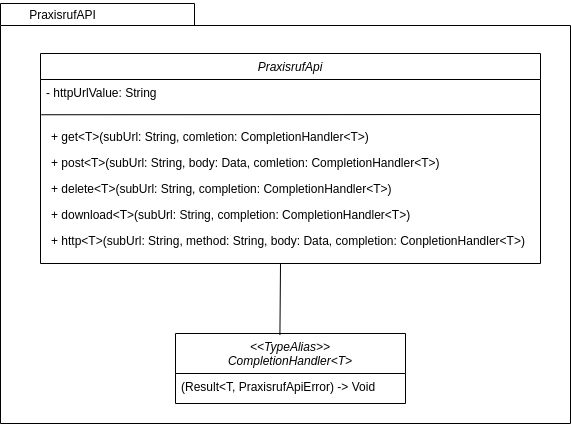
This is src/graphics/diagramms/Class_PraxisrufAPI_V01.png from jsvilling/IP6_Bachelorarbeit_Bericht_Cloudbasiertes_Praxisrufsystem, a draw.io export, as it was before one commit. Source tidied: cells renumbered, new cells last; positions are measured from the earlier drawing's top-left corner, leaving out a move shared by most shapes. Its diagram source:
```xml
<mxGraphModel>
  <root>
    <mxCell id="0" />
    <mxCell id="1" parent="0" />
    <mxCell id="2" style="shape=folder;fontStyle=1;spacingTop=10;tabWidth=194;tabHeight=22;tabPosition=left;html=1;rounded=0;shadow=0;comic=0;labelBackgroundColor=none;strokeWidth=1;fillColor=none;fontFamily=Verdana;fontSize=10;align=center;" parent="1" vertex="1">
      <mxGeometry y="3" width="570" height="420" as="geometry" />
    </mxCell>
    <mxCell id="3" value="PraxisrufApi" style="swimlane;fontStyle=2;align=center;verticalAlign=top;horizontal=1;startSize=26;rounded=0;shadow=0;strokeWidth=1;" parent="1" vertex="1">
      <mxGeometry x="40" y="53" width="500" height="210" as="geometry" />
    </mxCell>
    <mxCell id="4" value="- httpUrlValue: String" style="text;align=left;verticalAlign=top;spacingLeft=4;spacingRight=4;overflow=hidden;" parent="3" vertex="1">
      <mxGeometry y="26" width="500" height="26" as="geometry" />
    </mxCell>
    <mxCell id="5" style="endArrow=none;html=1;rounded=0;entryX=0;entryY=1.067;entryDx=0;entryDy=0;entryPerimeter=0;" parent="3" edge="1">
      <mxGeometry relative="1" as="geometry">
        <mxPoint x="500" y="61" as="sourcePoint" />
        <mxPoint x="0.9" y="61.3" as="targetPoint" />
      </mxGeometry>
    </mxCell>
    <mxCell id="6" value="PraxisrufAPI" style="text;html=1;strokeColor=none;fillColor=none;align=center;verticalAlign=middle;whiteSpace=wrap;rounded=0;" parent="1" vertex="1">
      <mxGeometry x="15" width="95" height="30" as="geometry" />
    </mxCell>
    <mxCell id="7" value="+ get&lt;T&gt;(subUrl: String, comletion: CompletionHandler&lt;T&gt;)" style="text;align=left;verticalAlign=top;spacingLeft=4;spacingRight=4;overflow=hidden;rounded=0;shadow=0;html=0;" parent="1" vertex="1">
      <mxGeometry x="45" y="123" width="365" height="26" as="geometry" />
    </mxCell>
    <mxCell id="8" value="+ post&lt;T&gt;(subUrl: String, body: Data, comletion: CompletionHandler&lt;T&gt;)" style="text;align=left;verticalAlign=top;spacingLeft=4;spacingRight=4;overflow=hidden;points=[[0,0.5],[1,0.5]];portConstraint=eastwest;rounded=0;shadow=0;html=0;" parent="1" vertex="1">
      <mxGeometry x="45" y="149" width="415" height="26" as="geometry" />
    </mxCell>
    <mxCell id="9" value="+ delete&lt;T&gt;(subUrl: String, completion: CompletionHandler&lt;T&gt;)" style="text;align=left;verticalAlign=top;spacingLeft=4;spacingRight=4;overflow=hidden;rounded=0;shadow=0;html=0;" parent="1" vertex="1">
      <mxGeometry x="45" y="175" width="410" height="26" as="geometry" />
    </mxCell>
    <mxCell id="10" value="+ download&lt;T&gt;(subUrl: String, completion: CompletionHandler&lt;T&gt;)" style="text;align=left;verticalAlign=top;spacingLeft=4;spacingRight=4;overflow=hidden;rounded=0;shadow=0;html=0;" parent="1" vertex="1">
      <mxGeometry x="45" y="201" width="435" height="26" as="geometry" />
    </mxCell>
    <mxCell id="11" value="+ http&lt;T&gt;(subUrl: String, method: String, body: Data, completion: ConpletionHandler&lt;T&gt;)" style="text;align=left;verticalAlign=top;spacingLeft=4;spacingRight=4;overflow=hidden;points=[[0,0.5],[1,0.5]];portConstraint=eastwest;rounded=0;shadow=0;html=0;" parent="1" vertex="1">
      <mxGeometry x="45" y="227" width="485" height="26" as="geometry" />
    </mxCell>
    <mxCell id="12" value="&lt;&lt;TypeAlias&gt;&gt; &#10;CompletionHandler&lt;T&gt;" style="swimlane;fontStyle=2;align=center;verticalAlign=top;horizontal=1;startSize=40;rounded=0;shadow=0;strokeWidth=1;" parent="1" vertex="1">
      <mxGeometry x="175" y="333" width="230" height="70" as="geometry" />
    </mxCell>
    <mxCell id="13" value="(Result&lt;T, PraxisrufApiError) -&gt; Void" style="text;align=left;verticalAlign=top;spacingLeft=4;spacingRight=4;overflow=hidden;" parent="12" vertex="1">
      <mxGeometry y="40" width="230" height="26" as="geometry" />
    </mxCell>
    <mxCell id="14" style="endArrow=none;html=1;rounded=0;exitX=0.454;exitY=0.022;exitDx=0;exitDy=0;exitPerimeter=0;" parent="1" edge="1" source="12">
      <mxGeometry relative="1" as="geometry">
        <mxPoint x="280" y="263" as="targetPoint" />
      </mxGeometry>
    </mxCell>
  </root>
</mxGraphModel>
```
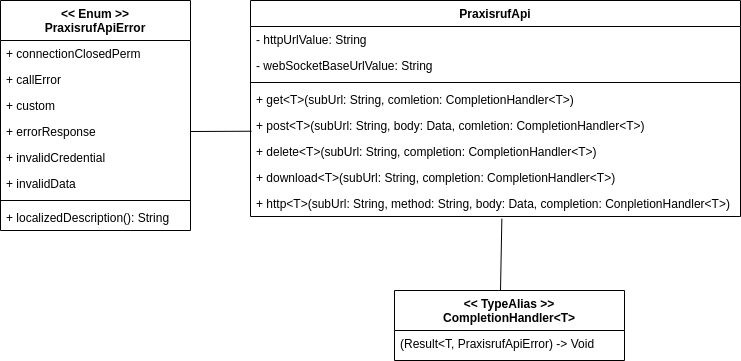
The same file after the commit.

Commit message:
Fix PraxisrufApi Class

Diff of the diagram source:
```diff
@@ -2,49 +2,73 @@
   <root>
     <mxCell id="0" />
     <mxCell id="1" parent="0" />
-    <mxCell id="2" style="shape=folder;fontStyle=1;spacingTop=10;tabWidth=194;tabHeight=22;tabPosition=left;html=1;rounded=0;shadow=0;comic=0;labelBackgroundColor=none;strokeWidth=1;fillColor=none;fontFamily=Verdana;fontSize=10;align=center;" parent="1" vertex="1">
-      <mxGeometry y="3" width="570" height="420" as="geometry" />
-    </mxCell>
+    <mxCell id="12" value="&lt;&lt; TypeAlias &gt;&gt; &#10;CompletionHandler&lt;T&gt;" style="swimlane;fontStyle=1;align=center;verticalAlign=top;horizontal=1;startSize=40;rounded=0;shadow=0;strokeWidth=1;" parent="1" vertex="1">
+      <mxGeometry x="234" y="333" width="230" height="70" as="geometry" />
+    </mxCell>
+    <mxCell id="13" value="(Result&lt;T, PraxisrufApiError) -&gt; Void" style="text;align=left;verticalAlign=top;spacingLeft=4;spacingRight=4;overflow=hidden;" parent="12" vertex="1">
+      <mxGeometry y="40" width="230" height="26" as="geometry" />
+    </mxCell>
-    <mxCell id="3" value="PraxisrufApi" style="swimlane;fontStyle=2;align=center;verticalAlign=top;horizontal=1;startSize=26;rounded=0;shadow=0;strokeWidth=1;" parent="1" vertex="1">
-      <mxGeometry x="40" y="53" width="500" height="210" as="geometry" />
+    <mxCell id="3" value="PraxisrufApi" style="swimlane;fontStyle=1;align=center;verticalAlign=top;horizontal=1;startSize=26;" parent="1" vertex="1">
+      <mxGeometry x="90" y="43" width="490" height="216" as="geometry" />
     </mxCell>
-    <mxCell id="4" value="- httpUrlValue: String" style="text;align=left;verticalAlign=top;spacingLeft=4;spacingRight=4;overflow=hidden;" parent="3" vertex="1">
-      <mxGeometry y="26" width="500" height="26" as="geometry" />
+    <mxCell id="4" value="- httpUrlValue: String" style="text;strokeColor=none;fillColor=none;align=left;verticalAlign=top;spacingLeft=4;spacingRight=4;overflow=hidden;" parent="3" vertex="1">
+      <mxGeometry y="26" width="490" height="26" as="geometry" />
     </mxCell>
-    <mxCell id="5" style="endArrow=none;html=1;rounded=0;entryX=0;entryY=1.067;entryDx=0;entryDy=0;entryPerimeter=0;" parent="3" edge="1">
-      <mxGeometry relative="1" as="geometry">
-        <mxPoint x="500" y="61" as="sourcePoint" />
-        <mxPoint x="0.9" y="61.3" as="targetPoint" />
-      </mxGeometry>
-    </mxCell>
-    <mxCell id="6" value="PraxisrufAPI" style="text;html=1;strokeColor=none;fillColor=none;align=center;verticalAlign=middle;whiteSpace=wrap;rounded=0;" parent="1" vertex="1">
-      <mxGeometry x="15" width="95" height="30" as="geometry" />
-    </mxCell>
+    <mxCell id="15" value="- webSocketBaseUrlValue: String" style="text;strokeColor=none;fillColor=none;align=left;verticalAlign=top;spacingLeft=4;spacingRight=4;overflow=hidden;" parent="3" vertex="1">
+      <mxGeometry y="52" width="490" height="26" as="geometry" />
+    </mxCell>
+    <mxCell id="16" style="line;strokeWidth=1;fillColor=none;align=left;verticalAlign=middle;spacingTop=-1;spacingLeft=3;spacingRight=3;labelPosition=right;" parent="3" vertex="1">
+      <mxGeometry y="78" width="490" height="8" as="geometry" />
+    </mxCell>
-    <mxCell id="7" value="+ get&lt;T&gt;(subUrl: String, comletion: CompletionHandler&lt;T&gt;)" style="text;align=left;verticalAlign=top;spacingLeft=4;spacingRight=4;overflow=hidden;rounded=0;shadow=0;html=0;" parent="1" vertex="1">
-      <mxGeometry x="45" y="123" width="365" height="26" as="geometry" />
+    <mxCell id="7" value="+ get&lt;T&gt;(subUrl: String, comletion: CompletionHandler&lt;T&gt;)" style="text;strokeColor=none;fillColor=none;align=left;verticalAlign=top;spacingLeft=4;spacingRight=4;overflow=hidden;" parent="3" vertex="1">
+      <mxGeometry y="86" width="490" height="26" as="geometry" />
     </mxCell>
-    <mxCell id="8" value="+ post&lt;T&gt;(subUrl: String, body: Data, comletion: CompletionHandler&lt;T&gt;)" style="text;align=left;verticalAlign=top;spacingLeft=4;spacingRight=4;overflow=hidden;points=[[0,0.5],[1,0.5]];portConstraint=eastwest;rounded=0;shadow=0;html=0;" parent="1" vertex="1">
-      <mxGeometry x="45" y="149" width="415" height="26" as="geometry" />
+    <mxCell id="8" value="+ post&lt;T&gt;(subUrl: String, body: Data, comletion: CompletionHandler&lt;T&gt;)" style="text;strokeColor=none;fillColor=none;align=left;verticalAlign=top;spacingLeft=4;spacingRight=4;overflow=hidden;points=[[0,0.5],[1,0.5]];portConstraint=eastwest;" parent="3" vertex="1">
+      <mxGeometry y="112" width="490" height="26" as="geometry" />
     </mxCell>
-    <mxCell id="9" value="+ delete&lt;T&gt;(subUrl: String, completion: CompletionHandler&lt;T&gt;)" style="text;align=left;verticalAlign=top;spacingLeft=4;spacingRight=4;overflow=hidden;rounded=0;shadow=0;html=0;" parent="1" vertex="1">
-      <mxGeometry x="45" y="175" width="410" height="26" as="geometry" />
+    <mxCell id="9" value="+ delete&lt;T&gt;(subUrl: String, completion: CompletionHandler&lt;T&gt;)" style="text;strokeColor=none;fillColor=none;align=left;verticalAlign=top;spacingLeft=4;spacingRight=4;overflow=hidden;" parent="3" vertex="1">
+      <mxGeometry y="138" width="490" height="26" as="geometry" />
     </mxCell>
-    <mxCell id="10" value="+ download&lt;T&gt;(subUrl: String, completion: CompletionHandler&lt;T&gt;)" style="text;align=left;verticalAlign=top;spacingLeft=4;spacingRight=4;overflow=hidden;rounded=0;shadow=0;html=0;" parent="1" vertex="1">
-      <mxGeometry x="45" y="201" width="435" height="26" as="geometry" />
+    <mxCell id="10" value="+ download&lt;T&gt;(subUrl: String, completion: CompletionHandler&lt;T&gt;)" style="text;strokeColor=none;fillColor=none;align=left;verticalAlign=top;spacingLeft=4;spacingRight=4;overflow=hidden;" parent="3" vertex="1">
+      <mxGeometry y="164" width="490" height="26" as="geometry" />
     </mxCell>
-    <mxCell id="11" value="+ http&lt;T&gt;(subUrl: String, method: String, body: Data, completion: ConpletionHandler&lt;T&gt;)" style="text;align=left;verticalAlign=top;spacingLeft=4;spacingRight=4;overflow=hidden;points=[[0,0.5],[1,0.5]];portConstraint=eastwest;rounded=0;shadow=0;html=0;" parent="1" vertex="1">
-      <mxGeometry x="45" y="227" width="485" height="26" as="geometry" />
+    <mxCell id="11" value="+ http&lt;T&gt;(subUrl: String, method: String, body: Data, completion: ConpletionHandler&lt;T&gt;)" style="text;strokeColor=none;fillColor=none;align=left;verticalAlign=top;spacingLeft=4;spacingRight=4;overflow=hidden;points=[[0,0.5],[1,0.5]];portConstraint=eastwest;" parent="3" vertex="1">
+      <mxGeometry y="190" width="490" height="26" as="geometry" />
     </mxCell>
-    <mxCell id="12" value="&lt;&lt;TypeAlias&gt;&gt; &#10;CompletionHandler&lt;T&gt;" style="swimlane;fontStyle=2;align=center;verticalAlign=top;horizontal=1;startSize=40;rounded=0;shadow=0;strokeWidth=1;" parent="1" vertex="1">
-      <mxGeometry x="175" y="333" width="230" height="70" as="geometry" />
-    </mxCell>
-    <mxCell id="13" value="(Result&lt;T, PraxisrufApiError) -&gt; Void" style="text;align=left;verticalAlign=top;spacingLeft=4;spacingRight=4;overflow=hidden;" parent="12" vertex="1">
-      <mxGeometry y="40" width="230" height="26" as="geometry" />
-    </mxCell>
-    <mxCell id="14" style="endArrow=none;html=1;rounded=0;exitX=0.454;exitY=0.022;exitDx=0;exitDy=0;exitPerimeter=0;" parent="1" edge="1" source="12">
-      <mxGeometry relative="1" as="geometry">
-        <mxPoint x="280" y="263" as="targetPoint" />
-      </mxGeometry>
-    </mxCell>
+    <mxCell id="17" value="&lt;&lt; Enum &gt;&gt;&#10;PraxisrufApiError" style="swimlane;fontStyle=1;align=center;verticalAlign=top;horizontal=1;startSize=40;" parent="1" vertex="1">
+      <mxGeometry x="-160" y="43" width="190" height="230" as="geometry" />
+    </mxCell>
+    <mxCell id="18" value="+ connectionClosedPerm" style="text;strokeColor=none;fillColor=none;align=left;verticalAlign=top;spacingLeft=4;spacingRight=4;overflow=hidden;" parent="17" vertex="1">
+      <mxGeometry y="40" width="190" height="26" as="geometry" />
+    </mxCell>
+    <mxCell id="19" value="+ callError" style="text;strokeColor=none;fillColor=none;align=left;verticalAlign=top;spacingLeft=4;spacingRight=4;overflow=hidden;" parent="17" vertex="1">
+      <mxGeometry y="66" width="190" height="26" as="geometry" />
+    </mxCell>
+    <mxCell id="20" value="+ custom" style="text;strokeColor=none;fillColor=none;align=left;verticalAlign=top;spacingLeft=4;spacingRight=4;overflow=hidden;" parent="17" vertex="1">
+      <mxGeometry y="92" width="190" height="26" as="geometry" />
+    </mxCell>
+    <mxCell id="21" value="+ errorResponse" style="text;strokeColor=none;fillColor=none;align=left;verticalAlign=top;spacingLeft=4;spacingRight=4;overflow=hidden;points=[[0,0.5],[1,0.5]];portConstraint=eastwest;" parent="17" vertex="1">
+      <mxGeometry y="118" width="190" height="26" as="geometry" />
+    </mxCell>
+    <mxCell id="22" value="+ invalidCredential" style="text;strokeColor=none;fillColor=none;align=left;verticalAlign=top;spacingLeft=4;spacingRight=4;overflow=hidden;" parent="17" vertex="1">
+      <mxGeometry y="144" width="190" height="26" as="geometry" />
+    </mxCell>
+    <mxCell id="23" value="+ invalidData" style="text;strokeColor=none;fillColor=none;align=left;verticalAlign=top;spacingLeft=4;spacingRight=4;overflow=hidden;" parent="17" vertex="1">
+      <mxGeometry y="170" width="190" height="26" as="geometry" />
+    </mxCell>
+    <mxCell id="24" style="line;strokeWidth=1;fillColor=none;align=left;verticalAlign=middle;spacingTop=-1;spacingLeft=3;spacingRight=3;labelPosition=right;" parent="17" vertex="1">
+      <mxGeometry y="196" width="190" height="8" as="geometry" />
+    </mxCell>
+    <mxCell id="25" value="+ localizedDescription(): String" style="text;strokeColor=none;fillColor=none;align=left;verticalAlign=top;spacingLeft=4;spacingRight=4;overflow=hidden;" parent="17" vertex="1">
+      <mxGeometry y="204" width="190" height="26" as="geometry" />
+    </mxCell>
+    <mxCell id="26" style="endArrow=none;html=1;rounded=0;entryX=0.513;entryY=1.082;entryDx=0;entryDy=0;entryPerimeter=0;" parent="1" edge="1" target="11">
+      <mxGeometry relative="1" as="geometry">
+        <mxPoint x="340" y="333" as="sourcePoint" />
+      </mxGeometry>
+    </mxCell>
+    <mxCell id="27" style="endArrow=none;html=1;rounded=0;exitX=1;exitY=0.5;exitDx=0;exitDy=0;entryX=0.002;entryY=0.72;entryDx=0;entryDy=0;entryPerimeter=0;" parent="1" edge="1" source="21" target="8">
+      <mxGeometry relative="1" as="geometry" />
+    </mxCell>
   </root>
 </mxGraphModel>
```
